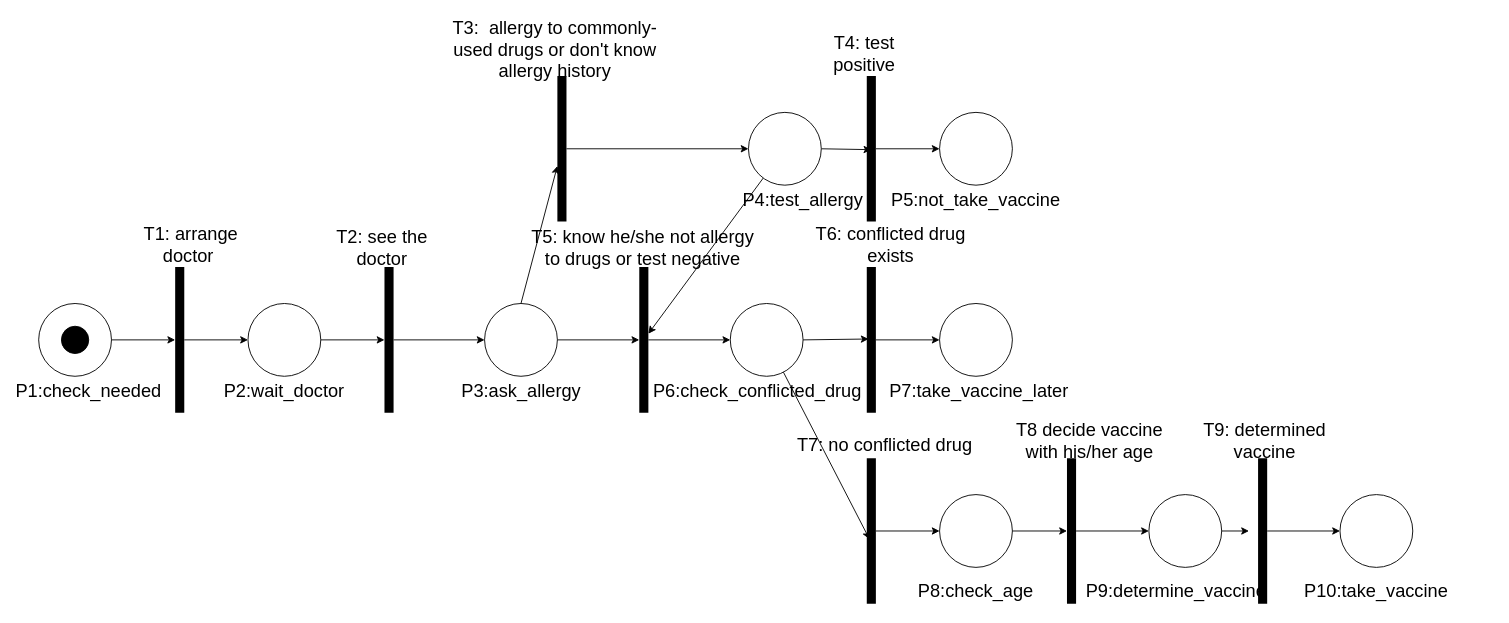
wkng0/heyy keeps this draw.io diagram as 3100asmt3Q1.2.drawio. Above is the earlier version. Source tidied: cells renumbered, new cells numbered last; positions are measured from the earlier drawing's top-left corner, leaving out a move shared by most shapes. Both pictures are drawn from the tidied source at 91%, with x=0, y=0 at pixel (20, 30).
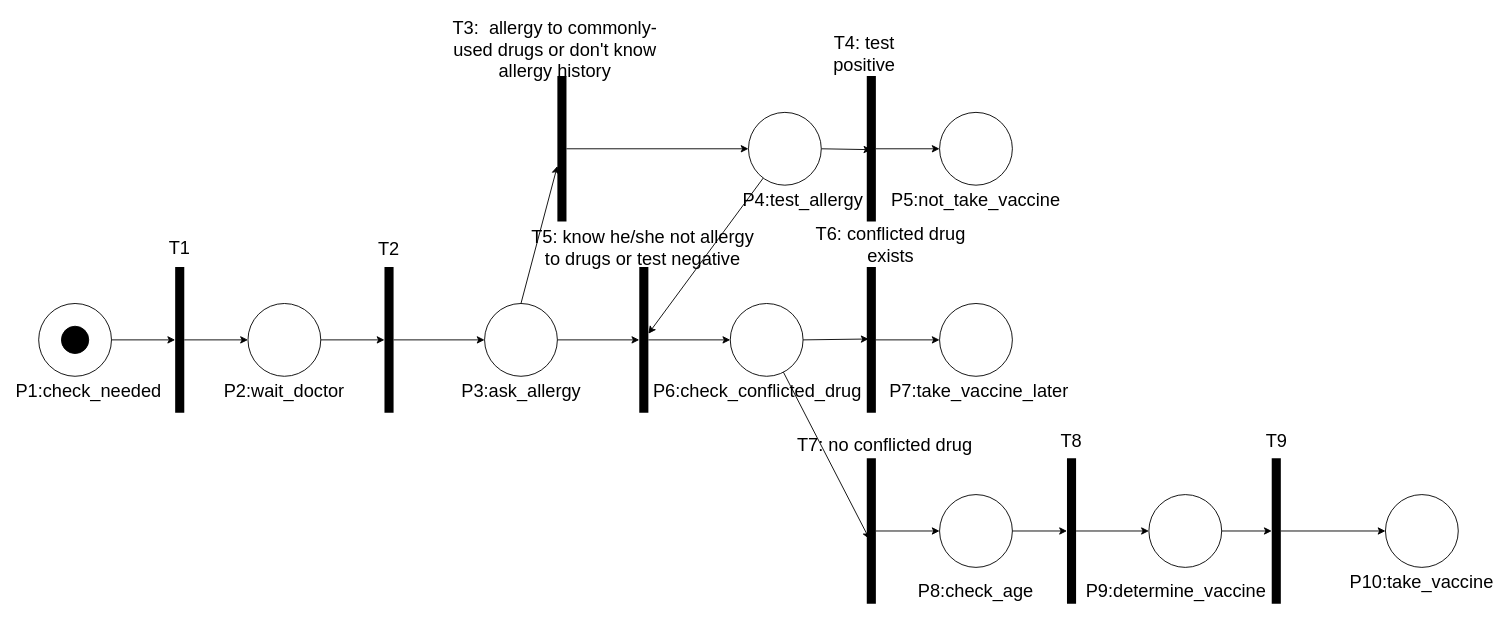
Above is the later version.

Unchanged cells that the change refers to:
```xml
<mxCell id="45" style="ellipse;whiteSpace=wrap;html=1;fontSize=20;strokeWidth=1;" parent="1" vertex="1">
  <mxGeometry x="1240" y="510" width="80" height="80" as="geometry" />
</mxCell>
```

Change to the diagram source:
```diff
@@
-    <mxCell id="7" value="T1: arrange doctor&amp;nbsp;" style="text;html=1;strokeColor=none;fillColor=none;align=center;verticalAlign=middle;whiteSpace=wrap;rounded=0;fontSize=20;" parent="1" vertex="1">
-      <mxGeometry x="130" y="220" width="115" height="30" as="geometry" />
+    <mxCell id="7" value="T1" style="text;html=1;strokeColor=none;fillColor=none;align=center;verticalAlign=middle;whiteSpace=wrap;rounded=0;fontSize=20;" parent="1" vertex="1">
+      <mxGeometry x="150" y="222.5" width="50" height="30" as="geometry" />
     </mxCell>
@@
-    <mxCell id="43" value="T8 decide vaccine with his/her age" style="text;html=1;strokeColor=none;fillColor=none;align=center;verticalAlign=middle;whiteSpace=wrap;rounded=0;fontSize=20;" parent="1" vertex="1">
-      <mxGeometry x="1090" y="440" width="170" height="20" as="geometry" />
+    <mxCell id="43" value="T8" style="text;html=1;strokeColor=none;fillColor=none;align=center;verticalAlign=middle;whiteSpace=wrap;rounded=0;fontSize=20;" parent="1" vertex="1">
+      <mxGeometry x="1070" y="440" width="170" height="20" as="geometry" />
     </mxCell>
-    <mxCell id="44" style="edgeStyle=none;rounded=0;jettySize=auto;html=1;fontSize=20;" parent="1" edge="1" source="45">
-      <mxGeometry relative="1" as="geometry">
-        <mxPoint x="1350" y="550" as="targetPoint" />
-      </mxGeometry>
-    </mxCell>
+    <mxCell id="61" style="edgeStyle=none;rounded=0;jettySize=auto;html=1;fontSize=20;" parent="1" edge="1" source="45" target="48">
+      <mxGeometry relative="1" as="geometry" />
+    </mxCell>
@@
     <mxCell id="48" style="line;strokeWidth=10;direction=south;html=1;fontSize=20;" parent="1" vertex="1">
-      <mxGeometry x="1360" y="470" width="10" height="160" as="geometry" />
+      <mxGeometry x="1375" y="470" width="10" height="160" as="geometry" />
     </mxCell>
-    <mxCell id="49" value="T9: determined vaccine" style="text;html=1;strokeColor=none;fillColor=none;align=center;verticalAlign=middle;whiteSpace=wrap;rounded=0;fontSize=20;" parent="1" vertex="1">
-      <mxGeometry x="1285" y="435" width="165" height="30" as="geometry" />
+    <mxCell id="49" value="T9" style="text;html=1;strokeColor=none;fillColor=none;align=center;verticalAlign=middle;whiteSpace=wrap;rounded=0;fontSize=20;" parent="1" vertex="1">
+      <mxGeometry x="1298" y="435" width="165" height="30" as="geometry" />
     </mxCell>
     <mxCell id="50" style="ellipse;whiteSpace=wrap;html=1;fontSize=20;strokeWidth=1;" parent="1" vertex="1">
-      <mxGeometry x="1450" y="510" width="80" height="80" as="geometry" />
+      <mxGeometry x="1500" y="510" width="80" height="80" as="geometry" />
     </mxCell>
     <mxCell id="51" value="P10:take_vaccine" style="text;html=1;strokeColor=none;fillColor=none;align=center;verticalAlign=middle;whiteSpace=wrap;rounded=0;fontSize=20;" parent="1" vertex="1">
-      <mxGeometry x="1430" y="600" width="120" height="30" as="geometry" />
+      <mxGeometry x="1480" y="590" width="120" height="30" as="geometry" />
     </mxCell>
@@
-    <mxCell id="60" value="T2: see the doctor" style="text;html=1;strokeColor=none;fillColor=none;align=center;verticalAlign=middle;whiteSpace=wrap;rounded=0;fontSize=20;" parent="1" vertex="1">
-      <mxGeometry x="340" y="222.5" width="115" height="30" as="geometry" />
+    <mxCell id="60" value="T2" style="text;html=1;strokeColor=none;fillColor=none;align=center;verticalAlign=middle;whiteSpace=wrap;rounded=0;fontSize=20;" parent="1" vertex="1">
+      <mxGeometry x="385" y="222.5" width="40" height="32.5" as="geometry" />
     </mxCell>
```
